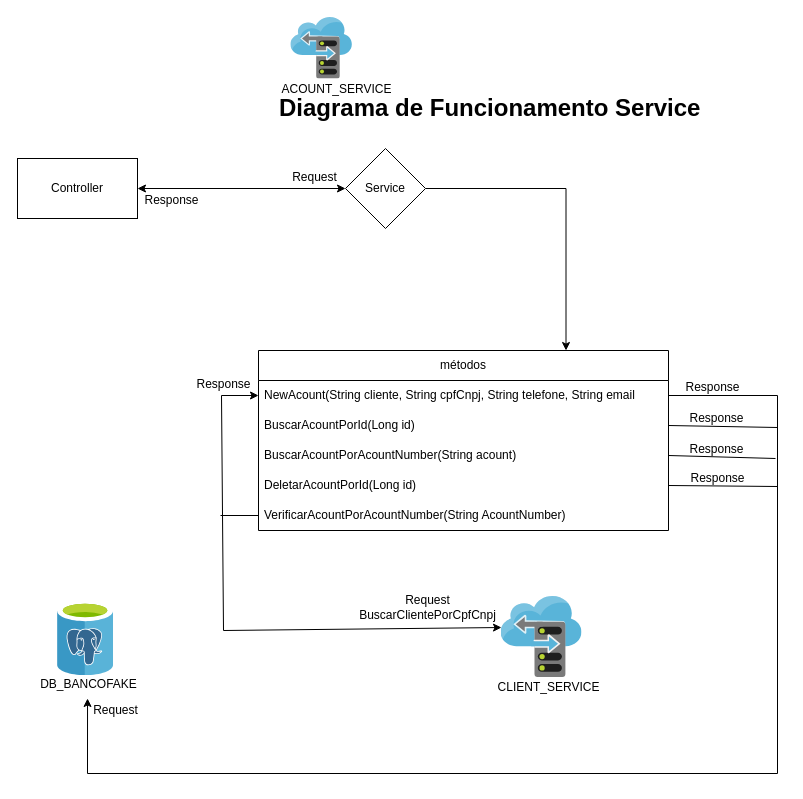
Earlier version of the draw.io diagram page "Diagrama AcountService nível 2" (2 of 8) of Documentação/Diagrama de funcionamento.drawio (marcelquin/BancoFake). Source tidied: cells renumbered, new cells numbered last; positions are measured from the earlier drawing's top-left corner, leaving out a move shared by most shapes. Both pictures are drawn from the tidied source at 100%, with x=0, y=0 at pixel (17, 17).
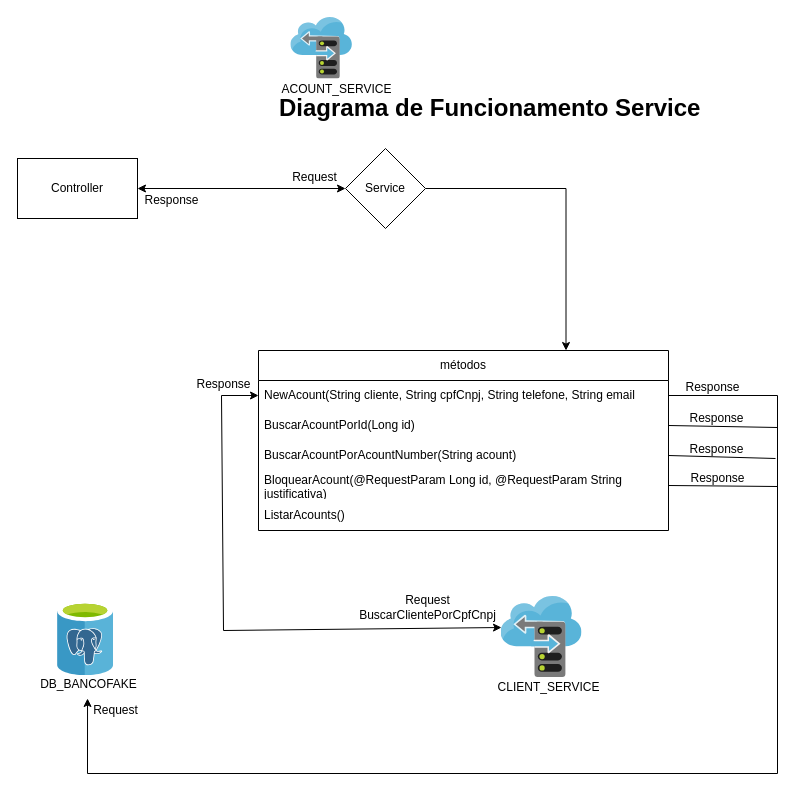
The same page after the edit.

The change refers to these unchanged cells:
```xml
<mxCell id="9" value="métodos" style="swimlane;fontStyle=0;horizontal=1;startSize=30;whiteSpace=wrap;html=1;" parent="1" vertex="1">
  <mxGeometry x="241" y="333" width="410" height="180" as="geometry" />
</mxCell>
```

Diff of the diagram source:
```diff
@@
-    <mxCell id="13" value="DeletarAcountPorId(Long id)" style="text;strokeColor=none;fillColor=none;align=left;verticalAlign=middle;spacingLeft=4;spacingRight=4;overflow=hidden;points=[[0,0.5],[1,0.5]];portConstraint=eastwest;whiteSpace=wrap;html=1;" parent="9" vertex="1">
+    <mxCell id="13" value="BloquearAcount(@RequestParam Long id, @RequestParam String justificativa)" style="text;strokeColor=none;fillColor=none;align=left;verticalAlign=middle;spacingLeft=4;spacingRight=4;overflow=hidden;points=[[0,0.5],[1,0.5]];portConstraint=eastwest;whiteSpace=wrap;html=1;" parent="9" vertex="1">
       <mxGeometry y="120" width="410" height="30" as="geometry" />
     </mxCell>
-    <mxCell id="14" value="VerificarAcountPorAcountNumber(String AcountNumber)" style="text;strokeColor=none;fillColor=none;align=left;verticalAlign=middle;spacingLeft=4;spacingRight=4;overflow=hidden;points=[[0,0.5],[1,0.5]];portConstraint=eastwest;whiteSpace=wrap;html=1;" parent="9" vertex="1">
-      <mxGeometry y="150" width="410" height="30" as="geometry" />
-    </mxCell>
+    <mxCell id="37" value="ListarAcounts()" style="text;strokeColor=none;fillColor=none;align=left;verticalAlign=middle;spacingLeft=4;spacingRight=4;overflow=hidden;whiteSpace=wrap;html=1;" parent="9" vertex="1">
+      <mxGeometry y="150" width="410" height="30" as="geometry" />
+    </mxCell>
@@
-    <mxCell id="36" style="endArrow=none;html=1;rounded=0;entryX=0;entryY=0.5;entryDx=0;entryDy=0;" parent="1" edge="1" target="14">
-      <mxGeometry relative="1" as="geometry">
-        <mxPoint x="203" y="498" as="sourcePoint" />
-      </mxGeometry>
-    </mxCell>
```
